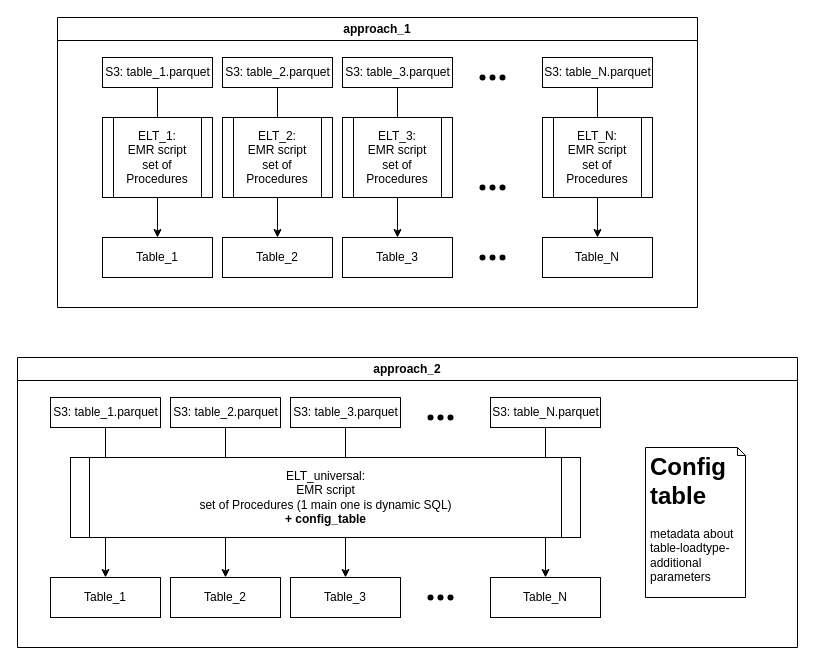
This is page "ELT_architecture" (2 of 2) of diagrams/1.drawio from bulat-andrey/diagrams, a draw.io file, before an edit. Source tidied: cells renumbered, new cells numbered last; positions are measured from the earlier drawing's top-left corner, leaving out a move shared by most shapes. Both pictures are drawn from the tidied source at 100%, with x=0, y=0 at pixel (17, 17).
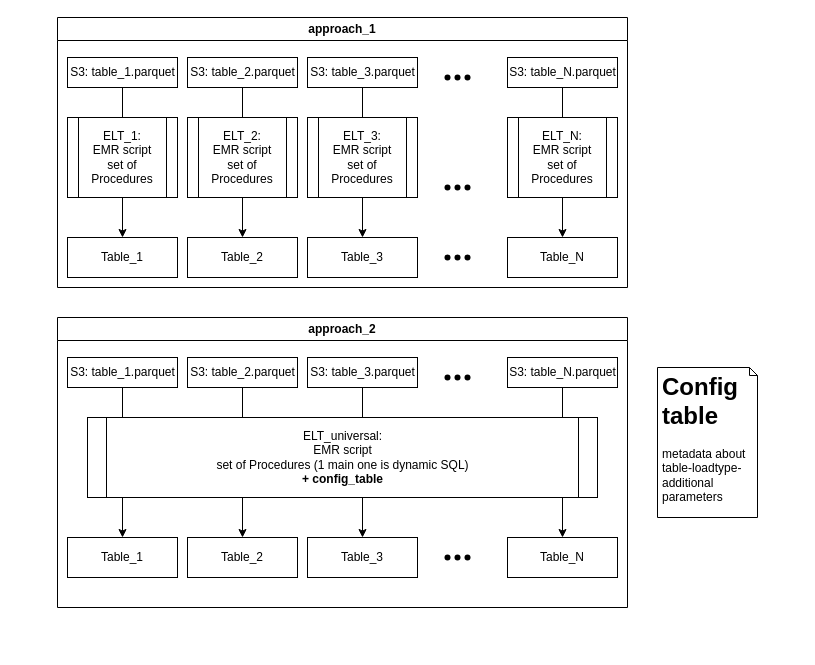
After the change.

Diff of the diagram source:
```diff
@@
     <mxCell id="2" style="group;" parent="1" vertex="1">
-      <mxGeometry x="445" y="220" width="60" height="40" as="geometry" />
+      <mxGeometry x="410" y="220" width="60" height="40" as="geometry" />
     </mxCell>
@@
     <mxCell id="6" value="approach_1" style="swimlane;whiteSpace=wrap;html=1;startSize=23;" parent="1" vertex="1">
-      <mxGeometry x="40" width="640" height="290" as="geometry" />
+      <mxGeometry x="40" width="570" height="270" as="geometry" />
     </mxCell>
     <mxCell id="7" value="Table_1" style="whiteSpace=wrap;html=1;align=center;" parent="6" vertex="1">
-      <mxGeometry x="45" y="220" width="110" height="40" as="geometry" />
+      <mxGeometry x="10" y="220" width="110" height="40" as="geometry" />
     </mxCell>
     <mxCell id="8" value="Table_2" style="whiteSpace=wrap;html=1;align=center;" parent="6" vertex="1">
-      <mxGeometry x="165" y="220" width="110" height="40" as="geometry" />
+      <mxGeometry x="130" y="220" width="110" height="40" as="geometry" />
     </mxCell>
     <mxCell id="9" value="Table_3" style="whiteSpace=wrap;html=1;align=center;" parent="6" vertex="1">
-      <mxGeometry x="285" y="220" width="110" height="40" as="geometry" />
+      <mxGeometry x="250" y="220" width="110" height="40" as="geometry" />
     </mxCell>
     <mxCell id="10" value="Table_N" style="whiteSpace=wrap;html=1;align=center;" parent="6" vertex="1">
-      <mxGeometry x="485" y="220" width="110" height="40" as="geometry" />
+      <mxGeometry x="450" y="220" width="110" height="40" as="geometry" />
     </mxCell>
@@
     <mxCell id="12" value="S3: table_1.parquet" style="html=1;" parent="6" vertex="1">
-      <mxGeometry x="45" y="40" width="110" height="30" as="geometry" />
+      <mxGeometry x="10" y="40" width="110" height="30" as="geometry" />
     </mxCell>
@@
     <mxCell id="14" value="S3: table_2.parquet" style="html=1;" parent="6" vertex="1">
-      <mxGeometry x="165" y="40" width="110" height="30" as="geometry" />
+      <mxGeometry x="130" y="40" width="110" height="30" as="geometry" />
     </mxCell>
@@
     <mxCell id="16" value="S3: table_3.parquet" style="html=1;" parent="6" vertex="1">
-      <mxGeometry x="285" y="40" width="110" height="30" as="geometry" />
+      <mxGeometry x="250" y="40" width="110" height="30" as="geometry" />
     </mxCell>
     <mxCell id="17" style="group;" parent="6" vertex="1">
-      <mxGeometry x="405" y="40" width="60" height="40" as="geometry" />
+      <mxGeometry x="370" y="40" width="60" height="40" as="geometry" />
     </mxCell>
@@
     <mxCell id="22" value="S3: table_N.parquet" style="html=1;" parent="6" vertex="1">
-      <mxGeometry x="485" y="40" width="110" height="30" as="geometry" />
+      <mxGeometry x="450" y="40" width="110" height="30" as="geometry" />
     </mxCell>
     <mxCell id="23" value="ELT_1:&lt;br&gt;EMR script&lt;br&gt;set of Procedures" style="shape=process;whiteSpace=wrap;html=1;backgroundOutline=1;" parent="6" vertex="1">
-      <mxGeometry x="45" y="100" width="110" height="80" as="geometry" />
+      <mxGeometry x="10" y="100" width="110" height="80" as="geometry" />
     </mxCell>
     <mxCell id="24" value="ELT_2:&lt;br&gt;EMR script&lt;br&gt;set of Procedures" style="shape=process;whiteSpace=wrap;html=1;backgroundOutline=1;" parent="6" vertex="1">
-      <mxGeometry x="165" y="100" width="110" height="80" as="geometry" />
+      <mxGeometry x="130" y="100" width="110" height="80" as="geometry" />
     </mxCell>
     <mxCell id="25" value="ELT_3:&lt;br&gt;EMR script&lt;br&gt;set of Procedures" style="shape=process;whiteSpace=wrap;html=1;backgroundOutline=1;" parent="6" vertex="1">
-      <mxGeometry x="285" y="100" width="110" height="80" as="geometry" />
+      <mxGeometry x="250" y="100" width="110" height="80" as="geometry" />
     </mxCell>
     <mxCell id="26" value="ELT_N:&lt;br&gt;EMR script&lt;br&gt;set of Procedures" style="shape=process;whiteSpace=wrap;html=1;backgroundOutline=1;" parent="6" vertex="1">
-      <mxGeometry x="485" y="100" width="110" height="80" as="geometry" />
+      <mxGeometry x="450" y="100" width="110" height="80" as="geometry" />
     </mxCell>
     <mxCell id="27" style="group;" parent="1" vertex="1">
-      <mxGeometry x="445" y="150" width="60" height="40" as="geometry" />
+      <mxGeometry x="410" y="150" width="60" height="40" as="geometry" />
     </mxCell>
@@
     <mxCell id="31" value="approach_2" style="swimlane;whiteSpace=wrap;html=1;startSize=23;" parent="1" vertex="1">
-      <mxGeometry y="340" width="780" height="290" as="geometry" />
+      <mxGeometry x="40" y="300" width="570" height="290" as="geometry" />
     </mxCell>
     <mxCell id="32" style="group;" parent="31" vertex="1">
-      <mxGeometry x="393" y="220" width="60" height="40" as="geometry" />
+      <mxGeometry x="370" y="220" width="60" height="40" as="geometry" />
     </mxCell>
@@
     <mxCell id="36" value="Table_1" style="whiteSpace=wrap;html=1;align=center;" parent="31" vertex="1">
-      <mxGeometry x="33" y="220" width="110" height="40" as="geometry" />
+      <mxGeometry x="10" y="220" width="110" height="40" as="geometry" />
     </mxCell>
     <mxCell id="37" value="Table_2" style="whiteSpace=wrap;html=1;align=center;" parent="31" vertex="1">
-      <mxGeometry x="153" y="220" width="110" height="40" as="geometry" />
+      <mxGeometry x="130" y="220" width="110" height="40" as="geometry" />
     </mxCell>
     <mxCell id="38" value="Table_3" style="whiteSpace=wrap;html=1;align=center;" parent="31" vertex="1">
-      <mxGeometry x="273" y="220" width="110" height="40" as="geometry" />
+      <mxGeometry x="250" y="220" width="110" height="40" as="geometry" />
     </mxCell>
     <mxCell id="39" value="Table_N" style="whiteSpace=wrap;html=1;align=center;" parent="31" vertex="1">
-      <mxGeometry x="473" y="220" width="110" height="40" as="geometry" />
+      <mxGeometry x="450" y="220" width="110" height="40" as="geometry" />
     </mxCell>
@@
     <mxCell id="41" value="S3: table_1.parquet" style="html=1;" parent="31" vertex="1">
-      <mxGeometry x="33" y="40" width="110" height="30" as="geometry" />
+      <mxGeometry x="10" y="40" width="110" height="30" as="geometry" />
     </mxCell>
@@
     <mxCell id="43" value="S3: table_2.parquet" style="html=1;" parent="31" vertex="1">
-      <mxGeometry x="153" y="40" width="110" height="30" as="geometry" />
+      <mxGeometry x="130" y="40" width="110" height="30" as="geometry" />
     </mxCell>
@@
     <mxCell id="45" value="S3: table_3.parquet" style="html=1;" parent="31" vertex="1">
-      <mxGeometry x="273" y="40" width="110" height="30" as="geometry" />
+      <mxGeometry x="250" y="40" width="110" height="30" as="geometry" />
     </mxCell>
     <mxCell id="46" style="group;" parent="31" vertex="1">
-      <mxGeometry x="393" y="40" width="60" height="40" as="geometry" />
+      <mxGeometry x="370" y="40" width="60" height="40" as="geometry" />
     </mxCell>
@@
     <mxCell id="51" value="S3: table_N.parquet" style="html=1;" parent="31" vertex="1">
-      <mxGeometry x="473" y="40" width="110" height="30" as="geometry" />
+      <mxGeometry x="450" y="40" width="110" height="30" as="geometry" />
     </mxCell>
     <mxCell id="52" value="ELT_universal:&lt;br&gt;EMR script&lt;br&gt;set of Procedures (1 main one is dynamic SQL)&lt;br&gt;&lt;b&gt;+ config_table&lt;/b&gt;" style="shape=process;whiteSpace=wrap;html=1;backgroundOutline=1;size=0.03636363636363636;" parent="31" vertex="1">
-      <mxGeometry x="53" y="100" width="510" height="80" as="geometry" />
+      <mxGeometry x="30" y="100" width="510" height="80" as="geometry" />
     </mxCell>
+    <mxCell id="55" style="group;" parent="31" vertex="1">
+      <mxGeometry x="600" y="50" width="110" height="150" as="geometry" />
+    </mxCell>
-    <mxCell id="53" style="shape=mxgraph.bpmn.data;labelPosition=center;verticalLabelPosition=bottom;align=center;verticalAlign=top;whiteSpace=wrap;size=8;html=1;" parent="31" vertex="1">
-      <mxGeometry x="628" y="90" width="100" height="150" as="geometry" />
+    <mxCell id="53" style="shape=mxgraph.bpmn.data;labelPosition=center;verticalLabelPosition=bottom;align=center;verticalAlign=top;whiteSpace=wrap;size=8;html=1;" parent="55" vertex="1">
+      <mxGeometry width="100" height="150" as="geometry" />
     </mxCell>
-    <mxCell id="54" value="&lt;h1&gt;Config table&lt;br&gt;&lt;/h1&gt;metadata about table-loadtype-additional parameters" style="text;html=1;strokeColor=none;fillColor=none;spacing=5;spacingTop=-20;whiteSpace=wrap;overflow=hidden;rounded=0;" parent="31" vertex="1">
-      <mxGeometry x="628" y="90" width="110" height="150" as="geometry" />
+    <mxCell id="54" value="&lt;h1&gt;Config table&lt;br&gt;&lt;/h1&gt;metadata about table-loadtype-additional parameters" style="text;html=1;strokeColor=none;fillColor=none;spacing=5;spacingTop=-20;whiteSpace=wrap;overflow=hidden;rounded=0;" parent="55" vertex="1">
+      <mxGeometry width="110" height="150" as="geometry" />
     </mxCell>
```
